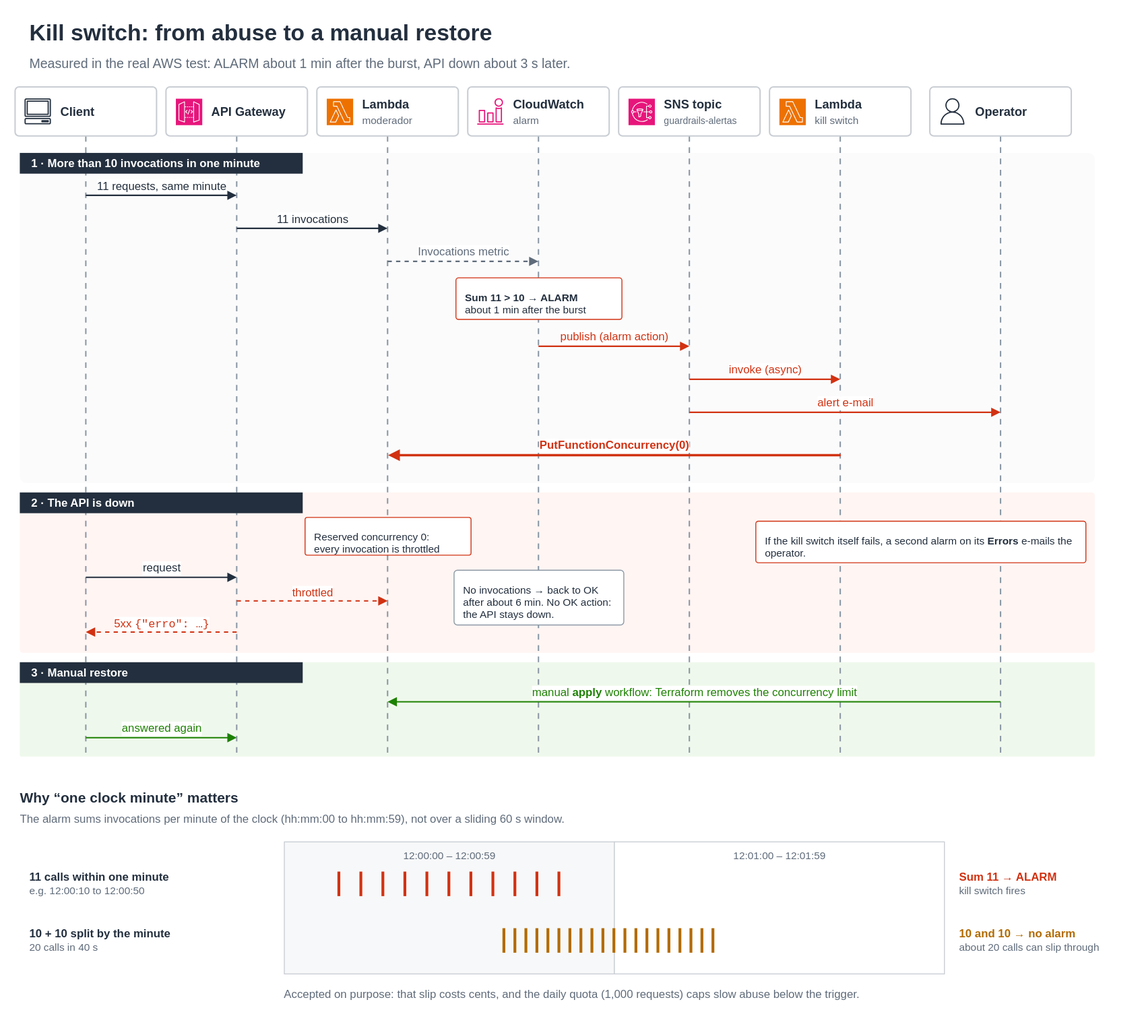
This is docs/diagrams/kill-switch.drawio.svg from EnzoHashinokutiXavier/Guardrail-AI-Moderator, a draw.io export, as it was before one commit. Source tidied: cells renumbered, new cells last; positions are measured from the earlier drawing's top-left corner, leaving out a move shared by most shapes.
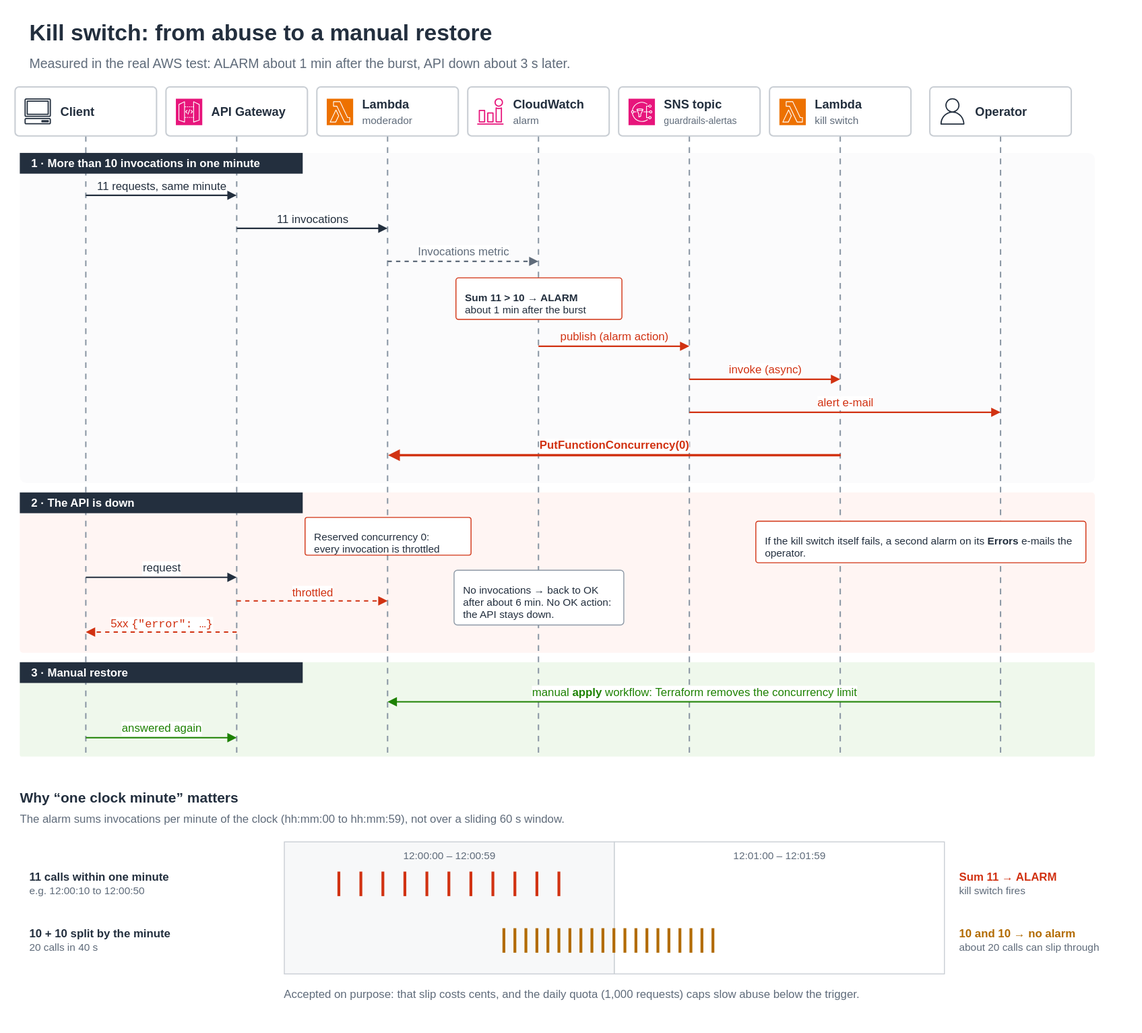
After the change.

Diff of the diagram source:
```diff
@@ -158,7 +158,7 @@
         <mxPoint y="-9" as="offset" />
       </mxGeometry>
     </mxCell>
-    <mxCell id="42" value="5xx &lt;font face=&quot;Courier New&quot;&gt;{&quot;erro&quot;: …}&lt;/font&gt;" style="edgeStyle=orthogonalEdgeStyle;rounded=1;orthogonalLoop=1;jettySize=auto;html=1;endArrow=block;endFill=1;strokeWidth=2;strokeColor=#232F3E;fontSize=12;fontColor=#232F3E;labelBackgroundColor=#FFFFFF;edgeStyle=none;endArrow=block;endFill=1;strokeWidth=1.5;strokeColor=#D13212;fontColor=#D13212;dashed=1;" parent="1" edge="1">
+    <mxCell id="42" value="5xx &lt;font face=&quot;Courier New&quot;&gt;{&quot;error&quot;: …}&lt;/font&gt;" style="edgeStyle=orthogonalEdgeStyle;rounded=1;orthogonalLoop=1;jettySize=auto;html=1;endArrow=block;endFill=1;strokeWidth=2;strokeColor=#232F3E;fontSize=12;fontColor=#232F3E;labelBackgroundColor=#FFFFFF;edgeStyle=none;endArrow=block;endFill=1;strokeWidth=1.5;strokeColor=#D13212;fontColor=#D13212;dashed=1;" parent="1" edge="1">
       <mxGeometry relative="1" as="geometry">
         <mxPoint x="235" y="654" as="sourcePoint" />
         <mxPoint x="75" y="654" as="targetPoint" />
```
